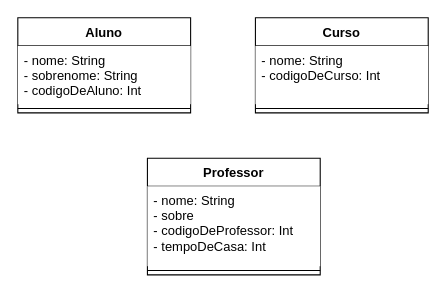
Before: uml/parteC.drawio in ItaloJamison/desafioKotlin, a draw.io diagram. Source tidied: cells renumbered, new cells numbered last; positions are measured from the earlier drawing's top-left corner, leaving out a move shared by most shapes. Both pictures are drawn from the tidied source at 108%, with x=0, y=0 at pixel (17, 17).
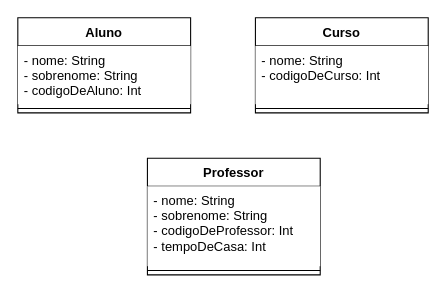
The same diagram, later.

Diff of the diagram source:
```diff
@@
 <mxGraphModel>
   <root>
     <mxCell id="0" />
     <mxCell id="1" parent="0" />
     <mxCell id="2" value="Aluno" style="swimlane;fontStyle=1;align=center;verticalAlign=top;horizontal=1;startSize=26;" parent="1" vertex="1">
       <mxGeometry width="160" height="88" as="geometry" />
     </mxCell>
     <mxCell id="3" value="- nome: String&#10;- sobrenome: String&#10;- codigoDeAluno: Int" style="text;strokeColor=none;align=left;verticalAlign=top;spacingLeft=4;spacingRight=4;overflow=hidden;fillColor=#ffffff;" parent="2" vertex="1">
       <mxGeometry y="26" width="160" height="54" as="geometry" />
     </mxCell>
     <mxCell id="4" style="line;strokeWidth=1;fillColor=none;align=left;verticalAlign=middle;spacingTop=-1;spacingLeft=3;spacingRight=3;labelPosition=right;" parent="2" vertex="1">
       <mxGeometry y="80" width="160" height="8" as="geometry" />
     </mxCell>
     <mxCell id="5" value="Curso" style="swimlane;fontStyle=1;align=center;verticalAlign=top;horizontal=1;startSize=26;" parent="1" vertex="1">
       <mxGeometry x="220" width="160" height="88" as="geometry" />
     </mxCell>
     <mxCell id="6" value="- nome: String&#10;- codigoDeCurso: Int" style="text;strokeColor=none;align=left;verticalAlign=top;spacingLeft=4;spacingRight=4;overflow=hidden;fillColor=#ffffff;" parent="5" vertex="1">
       <mxGeometry y="26" width="160" height="54" as="geometry" />
     </mxCell>
     <mxCell id="7" style="line;strokeWidth=1;fillColor=none;align=left;verticalAlign=middle;spacingTop=-1;spacingLeft=3;spacingRight=3;labelPosition=right;" parent="5" vertex="1">
       <mxGeometry y="80" width="160" height="8" as="geometry" />
     </mxCell>
     <mxCell id="8" value="Professor" style="swimlane;fontStyle=1;align=center;verticalAlign=top;horizontal=1;startSize=26;" parent="1" vertex="1">
       <mxGeometry x="120" y="130" width="160" height="108" as="geometry" />
     </mxCell>
-    <mxCell id="9" value="- nome: String&#10;- sobre&#10;- codigoDeProfessor: Int&#10;- tempoDeCasa: Int" style="text;strokeColor=none;align=left;verticalAlign=top;spacingLeft=4;spacingRight=4;overflow=hidden;fillColor=#ffffff;" parent="8" vertex="1">
+    <mxCell id="9" value="- nome: String&#10;- sobrenome: String&#10;- codigoDeProfessor: Int&#10;- tempoDeCasa: Int" style="text;strokeColor=none;align=left;verticalAlign=top;spacingLeft=4;spacingRight=4;overflow=hidden;fillColor=#ffffff;" parent="8" vertex="1">
       <mxGeometry y="26" width="160" height="74" as="geometry" />
     </mxCell>
     <mxCell id="10" style="line;strokeWidth=1;fillColor=none;align=left;verticalAlign=middle;spacingTop=-1;spacingLeft=3;spacingRight=3;labelPosition=right;" parent="8" vertex="1">
       <mxGeometry y="100" width="160" height="8" as="geometry" />
     </mxCell>
   </root>
 </mxGraphModel>
```
